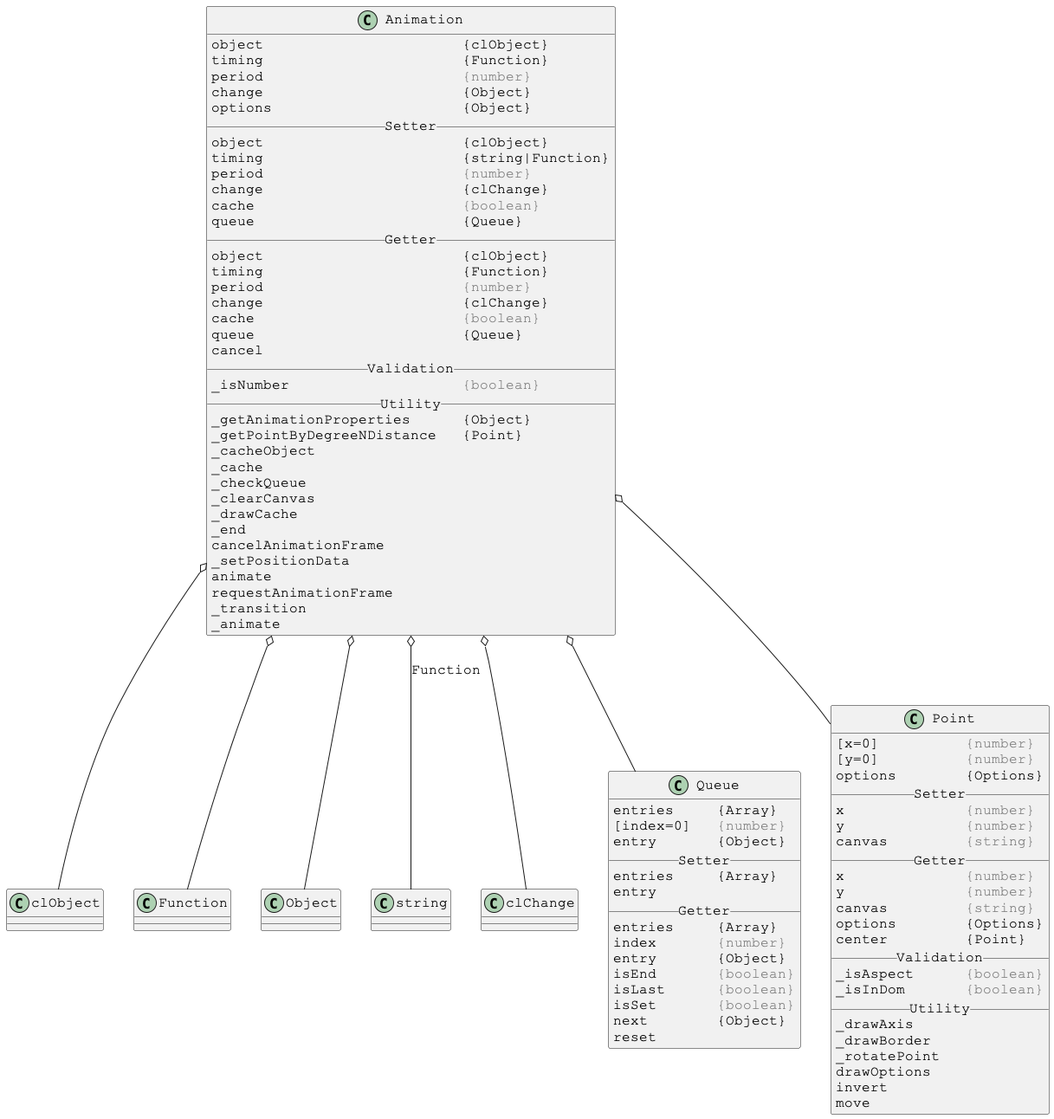
The PlantUML diagram docs/PlantUml/image/linked/Animation-linked.png in Justin-Byrne/canvasLab, before a commit.
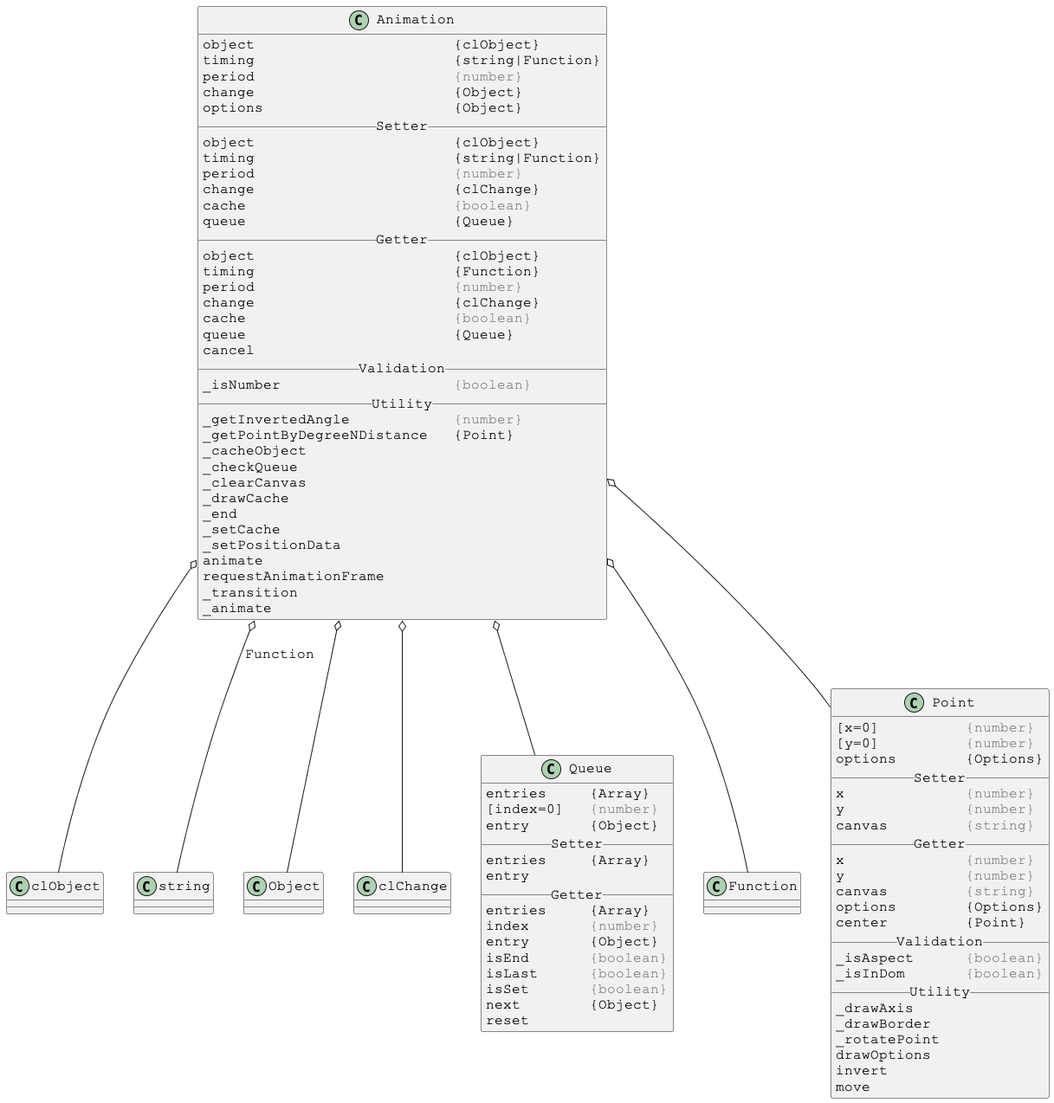
The same file after the commit.

Change to the diagram source:
```diff
@@ -5,7 +5,7 @@
 
 class Animation {
 object                       {clObject}
-timing                       {Function}
+timing                       {string|Function}
 period                       <color:gray>{number}</color>
 change                       {Object}
 options                      {Object}
@@ -27,15 +27,14 @@
 __ Validation __
 _isNumber                    <color:gray>{boolean}</color>
 __ Utility __
-_getAnimationProperties      {Object}
+_getInvertedAngle            <color:gray>{number}</color>
 _getPointByDegreeNDistance   {Point}
 _cacheObject
-_cache
 _checkQueue
 _clearCanvas
 _drawCache
 _end
-cancelAnimationFrame
+_setCache
 _setPositionData
 animate
 requestAnimationFrame
@@ -44,11 +43,11 @@
 }
 
 Animation o-- clObject
-Animation o-- Function
+Animation o-- string : Function
 Animation o-- Object
-Animation o-- string : Function
 Animation o-- clChange
 Animation o-- Queue
+Animation o-- Function
 Animation o-- Point
 
 
```
